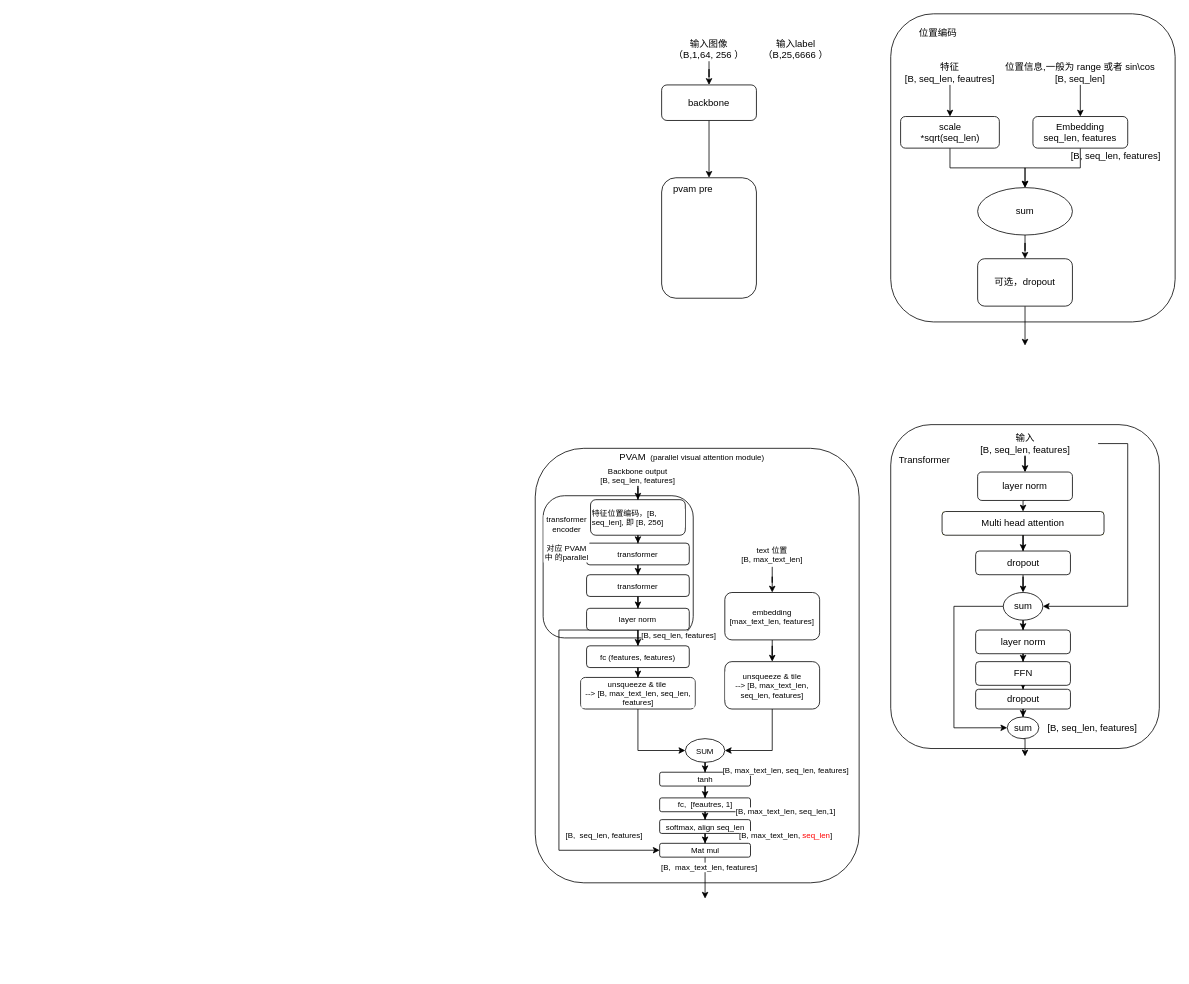
The draw.io diagram Untitled Diagram.drawio in yunfeiooo/yunfeiooo.github.io, before the edit. Source tidied: cells renumbered, new cells numbered last; positions are measured from the earlier drawing's top-left corner, leaving out a move shared by most shapes. Both pictures are drawn from the tidied source at 79%, with x=0, y=0 at pixel (535, 13).
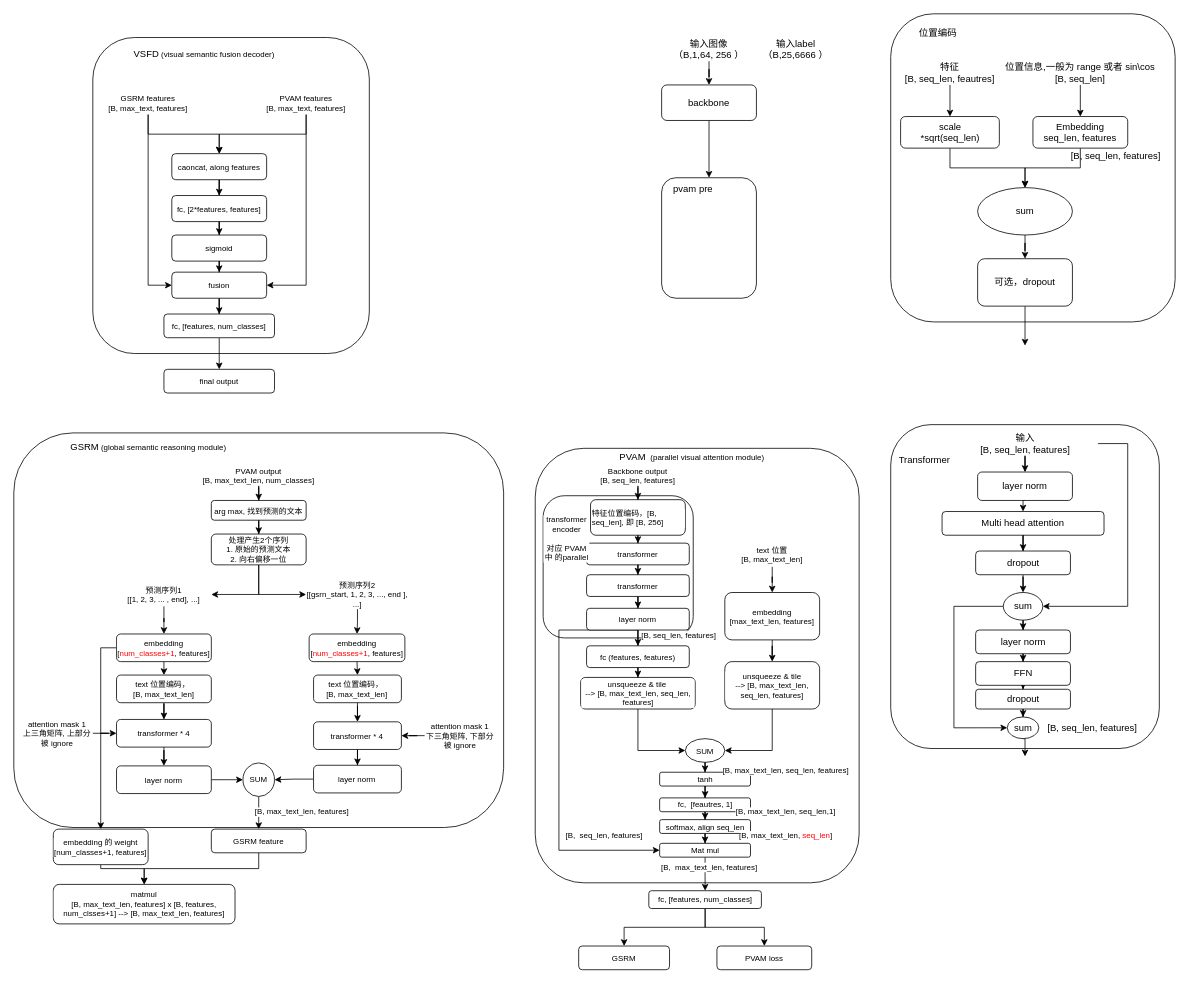
The same diagram, later.

Unchanged cells that the change refers to:
```xml
<mxCell id="82" value="Mat mul" style="whiteSpace=wrap;html=1;rounded=1;fontSize=10;labelBackgroundColor=default;fillColor=default;strokeColor=default;fontColor=default;" parent="1" vertex="1">
  <mxGeometry x="157.5" y="1050" width="115" height="17.5" as="geometry" />
</mxCell>
```

The edit, as a diff of the source:
```diff
@@
-    <mxCell id="81" style="edgeStyle=orthogonalEdgeStyle;rounded=0;jettySize=auto;html=1;labelBackgroundColor=default;fontSize=10;fontColor=default;strokeColor=default;" parent="1" edge="1" source="82">
-      <mxGeometry relative="1" as="geometry">
-        <mxPoint x="215" y="1120" as="targetPoint" />
-      </mxGeometry>
-    </mxCell>
+    <mxCell id="89" style="edgeStyle=orthogonalEdgeStyle;rounded=0;jettySize=auto;html=1;labelBackgroundColor=default;fontSize=10;fontColor=default;strokeColor=default;" parent="1" edge="1" source="82" target="94">
+      <mxGeometry relative="1" as="geometry" />
+    </mxCell>
@@
+    <mxCell id="90" style="rounded=1;whiteSpace=wrap;html=1;labelBackgroundColor=default;fontSize=10;fontColor=default;strokeColor=default;fillColor=default;gradientColor=none;align=center;" parent="1" vertex="1">
+      <mxGeometry x="-660" y="530.5" width="620" height="499.5" as="geometry" />
+    </mxCell>
+    <mxCell id="91" value="&lt;font&gt;&lt;font style=&quot;font-size: 12px&quot;&gt;GSRM&lt;/font&gt;&lt;font style=&quot;font-size: 10px&quot;&gt; (global semantic reasoning module)&lt;/font&gt;&lt;br&gt;&lt;/font&gt;" style="text;html=1;strokeColor=none;fillColor=none;align=left;verticalAlign=middle;whiteSpace=wrap;rounded=0;labelBackgroundColor=default;fontColor=default;" parent="1" vertex="1">
+      <mxGeometry x="-590" y="538" width="250" height="21" as="geometry" />
+    </mxCell>
+    <mxCell id="92" style="edgeStyle=orthogonalEdgeStyle;rounded=0;jettySize=auto;html=1;labelBackgroundColor=default;fontSize=10;fontColor=default;strokeColor=default;" parent="1" edge="1" source="94" target="95">
+      <mxGeometry relative="1" as="geometry" />
+    </mxCell>
+    <mxCell id="93" style="edgeStyle=orthogonalEdgeStyle;rounded=0;jettySize=auto;html=1;exitX=0.5;exitY=1;exitDx=0;exitDy=0;labelBackgroundColor=default;fontSize=10;fontColor=default;strokeColor=default;" parent="1" edge="1" source="94" target="96">
+      <mxGeometry relative="1" as="geometry" />
+    </mxCell>
+    <mxCell id="94" value="fc, [features, num_classes]" style="whiteSpace=wrap;html=1;rounded=1;fontSize=10;labelBackgroundColor=default;fillColor=default;strokeColor=default;fontColor=default;" parent="1" vertex="1">
+      <mxGeometry x="143.8" y="1110" width="142.5" height="22.5" as="geometry" />
+    </mxCell>
+    <mxCell id="95" value="GSRM" style="whiteSpace=wrap;html=1;rounded=1;fontSize=10;labelBackgroundColor=default;fillColor=default;strokeColor=default;fontColor=default;" parent="1" vertex="1">
+      <mxGeometry x="55" y="1180" width="115" height="30" as="geometry" />
+    </mxCell>
+    <mxCell id="96" value="PVAM loss" style="rounded=1;whiteSpace=wrap;html=1;labelBackgroundColor=default;fontSize=10;fontColor=default;strokeColor=default;fillColor=default;gradientColor=none;align=center;" parent="1" vertex="1">
+      <mxGeometry x="230" y="1180" width="120" height="30" as="geometry" />
+    </mxCell>
+    <mxCell id="97" style="edgeStyle=orthogonalEdgeStyle;rounded=0;jettySize=auto;html=1;labelBackgroundColor=default;fontSize=10;fontColor=default;strokeColor=default;" parent="1" edge="1" source="98" target="100">
+      <mxGeometry relative="1" as="geometry" />
+    </mxCell>
+    <mxCell id="98" value="PVAM output&lt;br&gt;[B, max_text_len, num_classes]" style="text;html=1;strokeColor=none;fillColor=none;align=center;verticalAlign=middle;whiteSpace=wrap;rounded=0;labelBackgroundColor=default;fontSize=10;fontColor=default;" parent="1" vertex="1">
+      <mxGeometry x="-430" y="570" width="160" height="30" as="geometry" />
+    </mxCell>
+    <mxCell id="99" style="edgeStyle=orthogonalEdgeStyle;rounded=0;jettySize=auto;html=1;labelBackgroundColor=default;fontSize=10;fontColor=default;strokeColor=default;" parent="1" edge="1" source="100" target="103">
+      <mxGeometry relative="1" as="geometry" />
+    </mxCell>
+    <mxCell id="100" value="arg max, 找到预测的文本" style="rounded=1;whiteSpace=wrap;html=1;labelBackgroundColor=default;fontSize=10;fontColor=default;strokeColor=default;fillColor=default;gradientColor=none;align=center;" parent="1" vertex="1">
+      <mxGeometry x="-410" y="616" width="120" height="25" as="geometry" />
+    </mxCell>
+    <mxCell id="101" style="edgeStyle=orthogonalEdgeStyle;rounded=0;jettySize=auto;html=1;exitX=0.5;exitY=1;exitDx=0;exitDy=0;entryX=1;entryY=0.5;entryDx=0;entryDy=0;labelBackgroundColor=default;fontSize=10;fontColor=default;strokeColor=default;" parent="1" edge="1" source="103" target="105">
+      <mxGeometry relative="1" as="geometry" />
+    </mxCell>
+    <mxCell id="102" style="edgeStyle=orthogonalEdgeStyle;rounded=0;jettySize=auto;html=1;exitX=0.5;exitY=1;exitDx=0;exitDy=0;entryX=0;entryY=0.5;entryDx=0;entryDy=0;labelBackgroundColor=default;fontSize=10;fontColor=default;strokeColor=default;" parent="1" edge="1" source="103" target="107">
+      <mxGeometry relative="1" as="geometry" />
+    </mxCell>
+    <mxCell id="103" value="处理产生2个序列&lt;br&gt;1. 原始的预测文本&lt;br&gt;2. 向右偏移一位" style="rounded=1;whiteSpace=wrap;html=1;labelBackgroundColor=default;fontSize=10;fontColor=default;strokeColor=default;fillColor=default;gradientColor=none;align=center;" parent="1" vertex="1">
+      <mxGeometry x="-410" y="658.5" width="120" height="39" as="geometry" />
+    </mxCell>
+    <mxCell id="104" style="edgeStyle=orthogonalEdgeStyle;rounded=0;jettySize=auto;html=1;labelBackgroundColor=default;fontSize=10;fontColor=default;strokeColor=default;" parent="1" edge="1" source="105" target="110">
+      <mxGeometry relative="1" as="geometry" />
+    </mxCell>
+    <mxCell id="105" value="预测序列1&lt;br&gt;[[1, 2, 3, ... , end], ...]" style="text;html=1;strokeColor=none;fillColor=none;align=center;verticalAlign=middle;whiteSpace=wrap;rounded=0;labelBackgroundColor=default;fontSize=10;fontColor=default;" parent="1" vertex="1">
+      <mxGeometry x="-530" y="720" width="120" height="30" as="geometry" />
+    </mxCell>
+    <mxCell id="106" style="edgeStyle=orthogonalEdgeStyle;rounded=0;jettySize=auto;html=1;labelBackgroundColor=default;fontSize=10;fontColor=default;strokeColor=default;" parent="1" edge="1" source="107" target="112">
+      <mxGeometry relative="1" as="geometry" />
+    </mxCell>
+    <mxCell id="107" value="预测序列2&lt;br&gt;[[gsrn_start, 1, 2, 3, ..., end ], ...]" style="text;html=1;strokeColor=none;fillColor=none;align=center;verticalAlign=middle;whiteSpace=wrap;rounded=0;labelBackgroundColor=default;fontSize=10;fontColor=default;" parent="1" vertex="1">
+      <mxGeometry x="-290" y="720" width="130" height="30" as="geometry" />
+    </mxCell>
+    <mxCell id="108" style="edgeStyle=orthogonalEdgeStyle;rounded=0;jettySize=auto;html=1;exitX=0;exitY=0.5;exitDx=0;exitDy=0;entryX=0.5;entryY=0;entryDx=0;entryDy=0;labelBackgroundColor=default;fontSize=10;fontColor=default;strokeColor=default;" parent="1" edge="1" source="110" target="135">
+      <mxGeometry relative="1" as="geometry" />
+    </mxCell>
+    <mxCell id="109" style="edgeStyle=orthogonalEdgeStyle;rounded=0;jettySize=auto;html=1;exitX=0.5;exitY=1;exitDx=0;exitDy=0;entryX=0.5;entryY=0;entryDx=0;entryDy=0;labelBackgroundColor=default;fontSize=10;fontColor=default;strokeColor=default;" parent="1" edge="1" source="110" target="114">
+      <mxGeometry relative="1" as="geometry" />
+    </mxCell>
+    <mxCell id="110" value="embedding&lt;br&gt;[&lt;font color=&quot;#ff0000&quot;&gt;num_classes+1&lt;/font&gt;, features]" style="rounded=1;whiteSpace=wrap;html=1;labelBackgroundColor=default;fontSize=10;fontColor=default;strokeColor=default;fillColor=default;gradientColor=none;align=center;" parent="1" vertex="1">
+      <mxGeometry x="-530" y="785" width="120" height="35" as="geometry" />
+    </mxCell>
+    <mxCell id="111" style="edgeStyle=orthogonalEdgeStyle;rounded=0;jettySize=auto;html=1;exitX=0.5;exitY=1;exitDx=0;exitDy=0;entryX=0.5;entryY=0;entryDx=0;entryDy=0;labelBackgroundColor=default;fontSize=10;fontColor=default;strokeColor=default;" parent="1" edge="1" source="112" target="124">
+      <mxGeometry relative="1" as="geometry" />
+    </mxCell>
+    <mxCell id="112" value="embedding&lt;br&gt;[&lt;font color=&quot;#ff0000&quot;&gt;num_classes+1&lt;/font&gt;, features]" style="rounded=1;whiteSpace=wrap;html=1;labelBackgroundColor=default;fontSize=10;fontColor=default;strokeColor=default;fillColor=default;gradientColor=none;align=center;" parent="1" vertex="1">
+      <mxGeometry x="-286.2" y="785" width="121.2" height="35" as="geometry" />
+    </mxCell>
+    <mxCell id="113" style="edgeStyle=orthogonalEdgeStyle;rounded=0;jettySize=auto;html=1;labelBackgroundColor=default;fontSize=10;fontColor=default;strokeColor=default;" parent="1" edge="1" source="114" target="116">
+      <mxGeometry relative="1" as="geometry" />
+    </mxCell>
+    <mxCell id="114" value="text 位置编码，&amp;nbsp;&lt;br&gt;[B, max_text_len]" style="rounded=1;whiteSpace=wrap;html=1;labelBackgroundColor=default;fontSize=10;fontColor=default;strokeColor=default;fillColor=default;gradientColor=none;align=center;" parent="1" vertex="1">
+      <mxGeometry x="-530" y="837" width="120" height="35" as="geometry" />
+    </mxCell>
+    <mxCell id="115" style="edgeStyle=orthogonalEdgeStyle;rounded=0;jettySize=auto;html=1;labelBackgroundColor=default;fontSize=10;fontColor=default;strokeColor=default;" parent="1" edge="1" source="116" target="120">
+      <mxGeometry relative="1" as="geometry" />
+    </mxCell>
+    <mxCell id="116" value="transformer * 4" style="rounded=1;whiteSpace=wrap;html=1;labelBackgroundColor=default;fontSize=10;fontColor=default;strokeColor=default;fillColor=default;gradientColor=none;align=center;" parent="1" vertex="1">
+      <mxGeometry x="-530" y="893.2" width="120" height="35" as="geometry" />
+    </mxCell>
+    <mxCell id="117" style="edgeStyle=orthogonalEdgeStyle;rounded=0;jettySize=auto;html=1;entryX=0;entryY=0.5;entryDx=0;entryDy=0;labelBackgroundColor=default;fontSize=10;fontColor=default;strokeColor=default;" parent="1" edge="1" source="118" target="116">
+      <mxGeometry relative="1" as="geometry" />
+    </mxCell>
+    <mxCell id="118" value="attention mask 1&lt;br&gt;上三角矩阵, 上部分被 ignore" style="text;html=1;strokeColor=none;fillColor=none;align=center;verticalAlign=middle;whiteSpace=wrap;rounded=0;labelBackgroundColor=default;fontSize=10;fontColor=default;" parent="1" vertex="1">
+      <mxGeometry x="-650" y="888.1" width="90" height="45.2" as="geometry" />
+    </mxCell>
+    <mxCell id="119" style="edgeStyle=orthogonalEdgeStyle;rounded=0;jettySize=auto;html=1;labelBackgroundColor=default;fontSize=10;fontColor=default;strokeColor=default;" parent="1" edge="1" source="120" target="122">
+      <mxGeometry relative="1" as="geometry" />
+    </mxCell>
+    <mxCell id="120" value="layer norm" style="rounded=1;whiteSpace=wrap;html=1;labelBackgroundColor=default;fontSize=10;fontColor=default;strokeColor=default;fillColor=default;gradientColor=none;align=center;" parent="1" vertex="1">
+      <mxGeometry x="-530" y="952" width="120" height="35" as="geometry" />
+    </mxCell>
+    <mxCell id="121" style="edgeStyle=orthogonalEdgeStyle;rounded=0;jettySize=auto;html=1;labelBackgroundColor=default;fontSize=10;fontColor=default;strokeColor=default;" parent="1" edge="1" source="122" target="132">
+      <mxGeometry relative="1" as="geometry" />
+    </mxCell>
+    <mxCell id="122" value="SUM" style="ellipse;whiteSpace=wrap;html=1;rounded=1;fontSize=10;labelBackgroundColor=default;fillColor=default;strokeColor=default;fontColor=default;" parent="1" vertex="1">
+      <mxGeometry x="-370" y="948.2" width="40" height="42.5" as="geometry" />
+    </mxCell>
+    <mxCell id="123" style="edgeStyle=orthogonalEdgeStyle;rounded=0;jettySize=auto;html=1;labelBackgroundColor=default;fontSize=10;fontColor=default;strokeColor=default;" parent="1" edge="1" source="124" target="126">
+      <mxGeometry relative="1" as="geometry" />
+    </mxCell>
+    <mxCell id="124" value="text 位置编码，&amp;nbsp;&lt;br&gt;[B, max_text_len]" style="rounded=1;whiteSpace=wrap;html=1;labelBackgroundColor=default;fontSize=10;fontColor=default;strokeColor=default;fillColor=default;gradientColor=none;align=center;" parent="1" vertex="1">
+      <mxGeometry x="-280.6" y="837" width="111.2" height="35" as="geometry" />
+    </mxCell>
+    <mxCell id="125" style="edgeStyle=orthogonalEdgeStyle;rounded=0;jettySize=auto;html=1;labelBackgroundColor=default;fontSize=10;fontColor=default;strokeColor=default;" parent="1" edge="1" source="126" target="130">
+      <mxGeometry relative="1" as="geometry" />
+    </mxCell>
+    <mxCell id="126" value="transformer * 4" style="rounded=1;whiteSpace=wrap;html=1;labelBackgroundColor=default;fontSize=10;fontColor=default;strokeColor=default;fillColor=default;gradientColor=none;align=center;" parent="1" vertex="1">
+      <mxGeometry x="-280.6" y="896.2" width="111.2" height="35" as="geometry" />
+    </mxCell>
+    <mxCell id="127" style="edgeStyle=orthogonalEdgeStyle;rounded=0;jettySize=auto;html=1;entryX=1;entryY=0.5;entryDx=0;entryDy=0;labelBackgroundColor=default;fontSize=10;fontColor=default;strokeColor=default;" parent="1" edge="1" source="128" target="126">
+      <mxGeometry relative="1" as="geometry" />
+    </mxCell>
+    <mxCell id="128" value="attention mask 1&lt;br&gt;下三角矩阵, 下部分被 ignore" style="text;html=1;strokeColor=none;fillColor=none;align=center;verticalAlign=middle;whiteSpace=wrap;rounded=0;labelBackgroundColor=default;fontSize=10;fontColor=default;" parent="1" vertex="1">
+      <mxGeometry x="-140" y="889.6" width="90" height="48.2" as="geometry" />
+    </mxCell>
+    <mxCell id="129" style="edgeStyle=orthogonalEdgeStyle;rounded=0;jettySize=auto;html=1;labelBackgroundColor=default;fontSize=10;fontColor=default;strokeColor=default;" parent="1" edge="1" source="130" target="122">
+      <mxGeometry relative="1" as="geometry" />
+    </mxCell>
+    <mxCell id="130" value="layer norm" style="rounded=1;whiteSpace=wrap;html=1;labelBackgroundColor=default;fontSize=10;fontColor=default;strokeColor=default;fillColor=default;gradientColor=none;align=center;" parent="1" vertex="1">
+      <mxGeometry x="-280.6" y="951.2" width="111.2" height="35" as="geometry" />
+    </mxCell>
+    <mxCell id="131" style="edgeStyle=orthogonalEdgeStyle;rounded=0;jettySize=auto;html=1;exitX=0.5;exitY=1;exitDx=0;exitDy=0;entryX=0.5;entryY=0;entryDx=0;entryDy=0;labelBackgroundColor=default;fontSize=10;fontColor=default;strokeColor=default;" parent="1" edge="1" source="132" target="136">
+      <mxGeometry relative="1" as="geometry" />
+    </mxCell>
+    <mxCell id="132" value="GSRM feature" style="whiteSpace=wrap;html=1;rounded=1;fontSize=10;labelBackgroundColor=default;fillColor=default;strokeColor=default;fontColor=default;" parent="1" vertex="1">
+      <mxGeometry x="-410" y="1032" width="120" height="30" as="geometry" />
+    </mxCell>
+    <mxCell id="133" value="[B, max_text_len, features]" style="text;html=1;strokeColor=none;fillColor=none;align=center;verticalAlign=middle;whiteSpace=wrap;rounded=0;labelBackgroundColor=default;fontSize=10;fontColor=default;" parent="1" vertex="1">
+      <mxGeometry x="-370" y="995" width="150" height="30" as="geometry" />
+    </mxCell>
+    <mxCell id="134" style="edgeStyle=orthogonalEdgeStyle;rounded=0;jettySize=auto;html=1;labelBackgroundColor=default;fontSize=10;fontColor=default;strokeColor=default;" parent="1" edge="1" source="135" target="136">
+      <mxGeometry relative="1" as="geometry">
+        <Array as="points">
+          <mxPoint x="-550" y="1082" />
+          <mxPoint x="-495" y="1082" />
+        </Array>
+      </mxGeometry>
+    </mxCell>
+    <mxCell id="135" value="embedding 的 weight&lt;br&gt;[num_classes+1, features]" style="rounded=1;whiteSpace=wrap;html=1;labelBackgroundColor=default;fontSize=10;fontColor=default;strokeColor=default;fillColor=default;gradientColor=none;align=center;" parent="1" vertex="1">
+      <mxGeometry x="-610" y="1032" width="120" height="45" as="geometry" />
+    </mxCell>
+    <mxCell id="136" value="matmul&lt;br&gt;[B, max_text_len, features] x [B, features, num_clsses+1] --&amp;gt; [B, max_text_len, features]" style="rounded=1;whiteSpace=wrap;html=1;labelBackgroundColor=default;fontSize=10;fontColor=default;strokeColor=default;fillColor=default;gradientColor=none;align=center;" parent="1" vertex="1">
+      <mxGeometry x="-610" y="1102" width="230" height="50" as="geometry" />
+    </mxCell>
+    <mxCell id="137" style="rounded=1;whiteSpace=wrap;html=1;labelBackgroundColor=default;fontSize=10;fontColor=default;strokeColor=default;fillColor=default;gradientColor=none;align=center;" parent="1" vertex="1">
+      <mxGeometry x="-560" y="30" width="350" height="400" as="geometry" />
+    </mxCell>
+    <mxCell id="138" value="&lt;font&gt;&lt;font&gt;VSFD&lt;/font&gt;&lt;font style=&quot;font-size: 10px&quot;&gt;&amp;nbsp;(visual semantic fusion decoder)&lt;/font&gt;&lt;br&gt;&lt;/font&gt;" style="text;html=1;strokeColor=none;fillColor=none;align=left;verticalAlign=middle;whiteSpace=wrap;rounded=0;labelBackgroundColor=default;fontColor=default;" parent="1" vertex="1">
+      <mxGeometry x="-510" y="40" width="250" height="21" as="geometry" />
+    </mxCell>
+    <mxCell id="139" style="edgeStyle=orthogonalEdgeStyle;rounded=0;jettySize=auto;html=1;labelBackgroundColor=default;fontSize=10;fontColor=default;strokeColor=default;" parent="1" edge="1" source="141" target="146">
+      <mxGeometry relative="1" as="geometry" />
+    </mxCell>
+    <mxCell id="140" style="edgeStyle=orthogonalEdgeStyle;rounded=0;jettySize=auto;html=1;exitX=0.5;exitY=1;exitDx=0;exitDy=0;entryX=0;entryY=0.5;entryDx=0;entryDy=0;labelBackgroundColor=default;fontSize=10;fontColor=default;strokeColor=default;" parent="1" edge="1" source="141" target="152">
+      <mxGeometry relative="1" as="geometry" />
+    </mxCell>
+    <mxCell id="141" value="GSRM features&lt;br&gt;[B, max_text, features]" style="text;html=1;strokeColor=none;fillColor=none;align=center;verticalAlign=middle;whiteSpace=wrap;rounded=0;labelBackgroundColor=default;fontSize=10;fontColor=default;" parent="1" vertex="1">
+      <mxGeometry x="-560" y="97.5" width="140" height="30" as="geometry" />
+    </mxCell>
+    <mxCell id="142" style="edgeStyle=orthogonalEdgeStyle;rounded=0;jettySize=auto;html=1;exitX=0.5;exitY=1;exitDx=0;exitDy=0;entryX=0.5;entryY=0;entryDx=0;entryDy=0;labelBackgroundColor=default;fontSize=10;fontColor=default;strokeColor=default;" parent="1" edge="1" source="144" target="146">
+      <mxGeometry relative="1" as="geometry" />
+    </mxCell>
+    <mxCell id="143" style="edgeStyle=orthogonalEdgeStyle;rounded=0;jettySize=auto;html=1;exitX=0.5;exitY=1;exitDx=0;exitDy=0;entryX=1;entryY=0.5;entryDx=0;entryDy=0;labelBackgroundColor=default;fontSize=10;fontColor=default;strokeColor=default;" parent="1" edge="1" source="144" target="152">
+      <mxGeometry relative="1" as="geometry" />
+    </mxCell>
+    <mxCell id="144" value="PVAM features&lt;br&gt;[B, max_text, features]" style="text;html=1;strokeColor=none;fillColor=none;align=center;verticalAlign=middle;whiteSpace=wrap;rounded=0;labelBackgroundColor=default;fontSize=10;fontColor=default;" parent="1" vertex="1">
+      <mxGeometry x="-360" y="97.5" width="140" height="30" as="geometry" />
+    </mxCell>
+    <mxCell id="145" style="edgeStyle=orthogonalEdgeStyle;rounded=0;jettySize=auto;html=1;labelBackgroundColor=default;fontSize=10;fontColor=default;strokeColor=default;" parent="1" edge="1" source="146" target="148">
+      <mxGeometry relative="1" as="geometry" />
+    </mxCell>
+    <mxCell id="146" value="caoncat, along features" style="rounded=1;whiteSpace=wrap;html=1;labelBackgroundColor=default;fontSize=10;fontColor=default;strokeColor=default;fillColor=default;gradientColor=none;align=center;" parent="1" vertex="1">
+      <mxGeometry x="-460" y="177" width="120" height="33" as="geometry" />
+    </mxCell>
+    <mxCell id="147" style="edgeStyle=orthogonalEdgeStyle;rounded=0;jettySize=auto;html=1;labelBackgroundColor=default;fontSize=10;fontColor=default;strokeColor=default;" parent="1" edge="1" source="148" target="150">
+      <mxGeometry relative="1" as="geometry" />
+    </mxCell>
+    <mxCell id="148" value="fc, [2*features, features]" style="rounded=1;whiteSpace=wrap;html=1;labelBackgroundColor=default;fontSize=10;fontColor=default;strokeColor=default;fillColor=default;gradientColor=none;align=center;" parent="1" vertex="1">
+      <mxGeometry x="-460" y="230" width="120" height="33" as="geometry" />
+    </mxCell>
+    <mxCell id="149" style="edgeStyle=orthogonalEdgeStyle;rounded=0;jettySize=auto;html=1;labelBackgroundColor=default;fontSize=10;fontColor=default;strokeColor=default;" parent="1" edge="1" source="150" target="152">
+      <mxGeometry relative="1" as="geometry" />
+    </mxCell>
+    <mxCell id="150" value="sigmoid" style="rounded=1;whiteSpace=wrap;html=1;labelBackgroundColor=default;fontSize=10;fontColor=default;strokeColor=default;fillColor=default;gradientColor=none;align=center;" parent="1" vertex="1">
+      <mxGeometry x="-460" y="280" width="120" height="33" as="geometry" />
+    </mxCell>
+    <mxCell id="151" style="edgeStyle=orthogonalEdgeStyle;rounded=0;jettySize=auto;html=1;labelBackgroundColor=default;fontSize=10;fontColor=default;strokeColor=default;" parent="1" edge="1" source="152" target="154">
+      <mxGeometry relative="1" as="geometry" />
+    </mxCell>
+    <mxCell id="152" value="fusion" style="rounded=1;whiteSpace=wrap;html=1;labelBackgroundColor=default;fontSize=10;fontColor=default;strokeColor=default;fillColor=default;gradientColor=none;align=center;" parent="1" vertex="1">
+      <mxGeometry x="-460" y="327" width="120" height="33" as="geometry" />
+    </mxCell>
+    <mxCell id="153" style="edgeStyle=orthogonalEdgeStyle;rounded=0;jettySize=auto;html=1;labelBackgroundColor=default;fontSize=10;fontColor=default;strokeColor=default;" parent="1" edge="1" source="154" target="155">
+      <mxGeometry relative="1" as="geometry" />
+    </mxCell>
+    <mxCell id="154" value="fc, [features, num_classes]" style="rounded=1;whiteSpace=wrap;html=1;labelBackgroundColor=default;fontSize=10;fontColor=default;strokeColor=default;fillColor=default;gradientColor=none;align=center;" parent="1" vertex="1">
+      <mxGeometry x="-470" y="380" width="140" height="30" as="geometry" />
+    </mxCell>
+    <mxCell id="155" value="final output" style="rounded=1;whiteSpace=wrap;html=1;labelBackgroundColor=default;fontSize=10;fontColor=default;strokeColor=default;fillColor=default;gradientColor=none;align=center;" parent="1" vertex="1">
+      <mxGeometry x="-470" y="450" width="140" height="30" as="geometry" />
+    </mxCell>
+    <mxCell id="156" style="edgeStyle=orthogonalEdgeStyle;rounded=0;orthogonalLoop=1;jettySize=auto;html=1;exitX=0.5;exitY=1;exitDx=0;exitDy=0;labelBackgroundColor=default;fontSize=10;fontColor=default;strokeColor=default;" parent="1" edge="1" source="138" target="138">
+      <mxGeometry relative="1" as="geometry" />
+    </mxCell>
```
